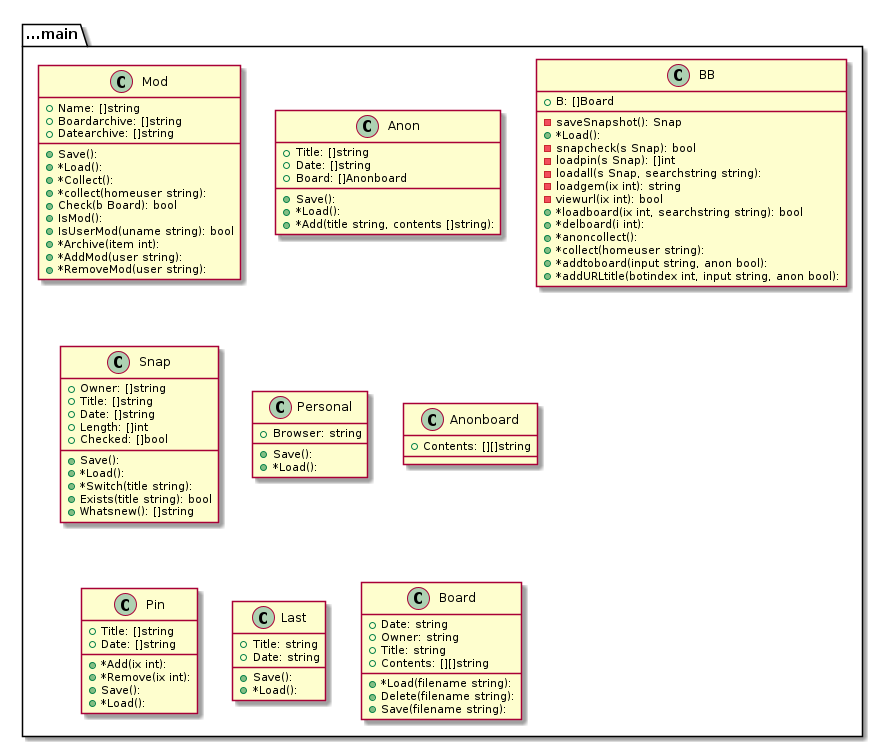
Above: graph.png in tbal999/bb (PlantUML), before the change.
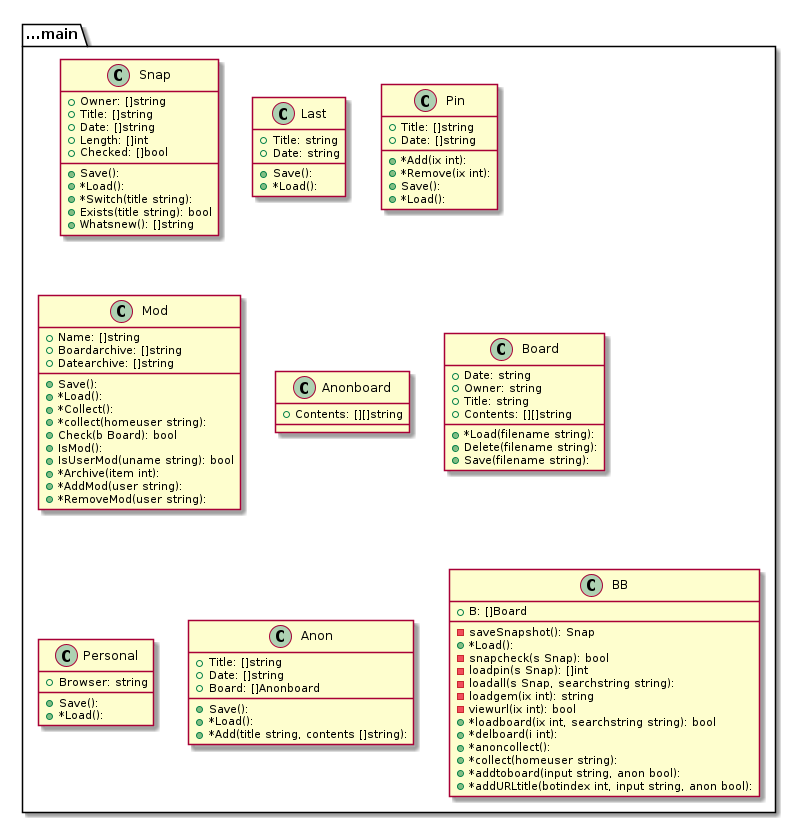
The same file after the commit.

Diff of the diagram source:
```diff
@@ -1,4 +1,36 @@
 @startuml
+package ...main{
+class Snap {
++Owner: []string
++Title: []string
++Date: []string
++Length: []int
++Checked: []bool
++Save():
++*Load():
++*Switch(title string):
++Exists(title string): bool
++Whatsnew(): []string
+}
+}
+package ...main{
+class Last {
++Title: string
++Date: string
++Save():
++*Load():
+}
+}
+package ...main{
+class Pin {
++Title: []string
++Date: []string
++*Add(ix int):
++*Remove(ix int):
++Save():
++*Load():
+}
+}
 package ...main{
 class Mod {
 +Name: []string
@@ -14,6 +46,30 @@
 +*Archive(item int):
 +*AddMod(user string):
 +*RemoveMod(user string):
+}
+}
+package ...main{
+class Anonboard {
++Contents: [][]string
+
+}
+}
+package ...main{
+class Board {
++Date: string
++Owner: string
++Title: string
++Contents: [][]string
++*Load(filename string):
++Delete(filename string):
++Save(filename string):
+}
+}
+package ...main{
+class Personal {
++Browser: string
++Save():
++*Load():
 }
 }
 package ...main{
@@ -44,61 +100,5 @@
 +*addURLtitle(botindex int, input string, anon bool):
 }
 }
-package ...main{
-class Snap {
-+Owner: []string
-+Title: []string
-+Date: []string
-+Length: []int
-+Checked: []bool
-+Save():
-+*Load():
-+*Switch(title string):
-+Exists(title string): bool
-+Whatsnew(): []string
-}
-}
-package ...main{
-class Personal {
-+Browser: string
-+Save():
-+*Load():
-}
-}
-package ...main{
-class Anonboard {
-+Contents: [][]string
-
-}
-}
-package ...main{
-class Pin {
-+Title: []string
-+Date: []string
-+*Add(ix int):
-+*Remove(ix int):
-+Save():
-+*Load():
-}
-}
-package ...main{
-class Last {
-+Title: string
-+Date: string
-+Save():
-+*Load():
-}
-}
-package ...main{
-class Board {
-+Date: string
-+Owner: string
-+Title: string
-+Contents: [][]string
-+*Load(filename string):
-+Delete(filename string):
-+Save(filename string):
-}
-}
 
 @enduml
```
